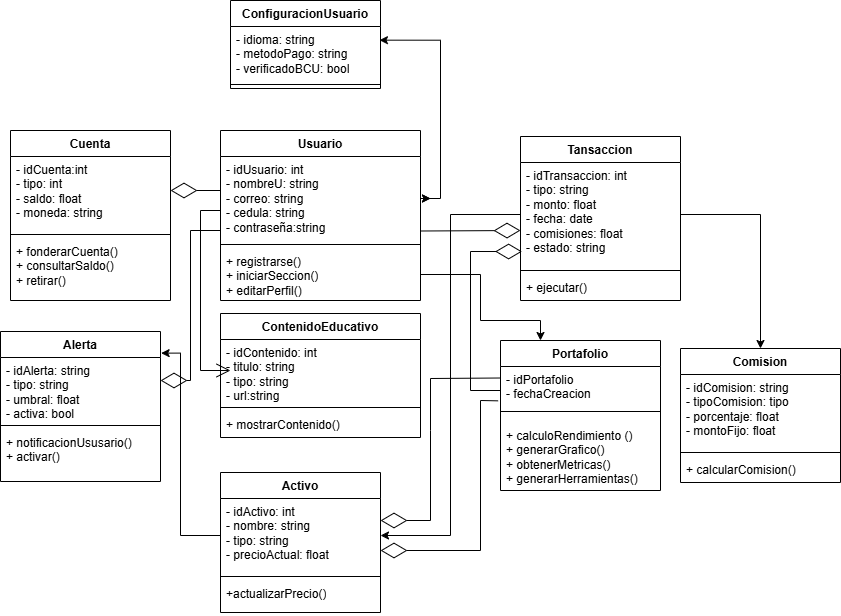
This is docs/image-12.png from RominaCarsin/Proyecto-Fundamentos-Ingenieria-Software, a draw.io export, as it was before one commit. Source tidied: cells renumbered, new cells last; positions are measured from the earlier drawing's top-left corner, leaving out a move shared by most shapes.
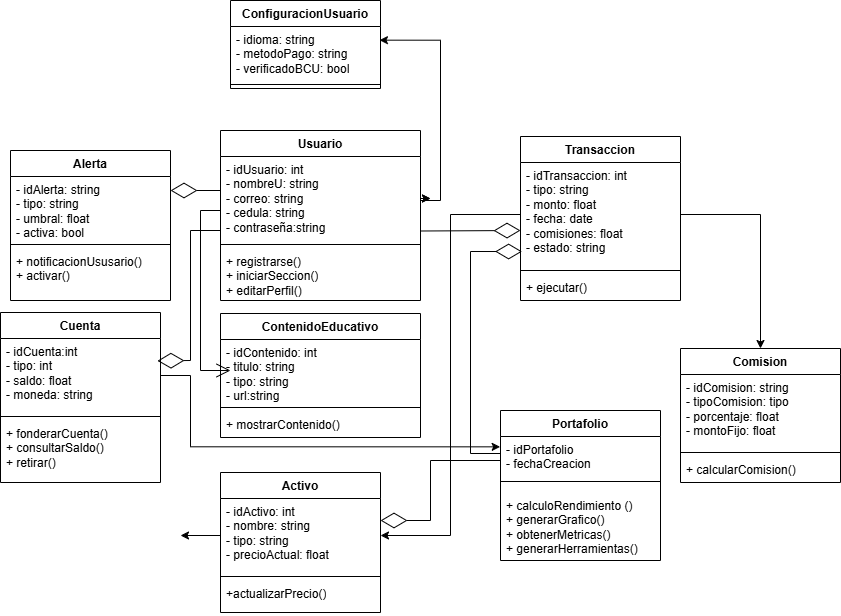
The same diagram one commit later.

Commit message:
docs(accesibilidad): agregar descripciones alt en imágenes del prototipo y documentación según pautas WCAG

The edit, as a diff of the source:
```diff
@@ -34,7 +34,7 @@
       <mxGeometry y="80" width="150" height="8" as="geometry" />
     </mxCell>
     <mxCell id="11" value="Cuenta" style="swimlane;fontStyle=1;align=center;verticalAlign=top;horizontal=1;startSize=26;whiteSpace=wrap;html=1;" parent="1" vertex="1">
-      <mxGeometry x="10" y="130" width="160" height="170" as="geometry" />
+      <mxGeometry y="312" width="160" height="170" as="geometry" />
     </mxCell>
     <mxCell id="12" value="- idCuenta:int&lt;div&gt;- tipo: int&lt;/div&gt;&lt;div&gt;- saldo: float&lt;/div&gt;&lt;div&gt;- moneda: string&lt;/div&gt;" style="text;strokeColor=none;fillColor=none;align=left;verticalAlign=top;spacingLeft=4;spacingRight=4;overflow=hidden;points=[[0,0.5],[1,0.5]];portConstraint=eastwest;whiteSpace=wrap;html=1;" parent="11" vertex="1">
       <mxGeometry y="26" width="160" height="74" as="geometry" />
@@ -45,7 +45,7 @@
     <mxCell id="14" value="+ fonderarCuenta()&lt;div&gt;+ consultarSaldo()&lt;/div&gt;&lt;div&gt;+ retirar()&lt;/div&gt;" style="text;strokeColor=none;fillColor=none;align=left;verticalAlign=top;spacingLeft=4;spacingRight=4;overflow=hidden;whiteSpace=wrap;html=1;" parent="11" vertex="1">
       <mxGeometry y="108" width="160" height="62" as="geometry" />
     </mxCell>
-    <mxCell id="15" value="Tansaccion" style="swimlane;fontStyle=1;align=center;verticalAlign=top;horizontal=1;startSize=26;whiteSpace=wrap;html=1;" parent="1" vertex="1">
+    <mxCell id="15" value="Transaccion" style="swimlane;fontStyle=1;align=center;verticalAlign=top;horizontal=1;startSize=26;whiteSpace=wrap;html=1;" parent="1" vertex="1">
       <mxGeometry x="520" y="136" width="160" height="164" as="geometry" />
     </mxCell>
     <mxCell id="16" value="- idTransaccion: int&lt;div&gt;- tipo: string&lt;/div&gt;&lt;div&gt;- monto: float&lt;/div&gt;&lt;div&gt;- fecha: date&lt;/div&gt;&lt;div&gt;- comisiones: float&lt;/div&gt;&lt;div&gt;- estado: string&lt;/div&gt;" style="text;strokeColor=none;fillColor=none;align=left;verticalAlign=top;spacingLeft=4;spacingRight=4;overflow=hidden;points=[[0,0.5],[1,0.5]];portConstraint=eastwest;whiteSpace=wrap;html=1;" parent="15" vertex="1">
@@ -60,6 +60,11 @@
     <mxCell id="19" value="Activo" style="swimlane;fontStyle=1;align=center;verticalAlign=top;horizontal=1;startSize=26;whiteSpace=wrap;html=1;" parent="1" vertex="1">
       <mxGeometry x="220" y="472" width="160" height="140" as="geometry" />
     </mxCell>
+    <mxCell id="51" style="edgeStyle=orthogonalEdgeStyle;rounded=0;jettySize=auto;html=1;exitX=0;exitY=0.5;exitDx=0;exitDy=0;" parent="19" edge="1" source="20">
+      <mxGeometry relative="1" as="geometry">
+        <mxPoint x="-40" y="63" as="targetPoint" />
+      </mxGeometry>
+    </mxCell>
     <mxCell id="20" value="- idActivo: int&lt;div&gt;- nombre: string&lt;/div&gt;&lt;div&gt;- tipo: string&lt;/div&gt;&lt;div&gt;- precioActual: float&lt;/div&gt;" style="text;strokeColor=none;fillColor=none;align=left;verticalAlign=top;spacingLeft=4;spacingRight=4;overflow=hidden;points=[[0,0.5],[1,0.5]];portConstraint=eastwest;whiteSpace=wrap;html=1;" parent="19" vertex="1">
       <mxGeometry y="26" width="160" height="74" as="geometry" />
     </mxCell>
@@ -69,8 +74,17 @@
     <mxCell id="22" value="+actualizarPrecio()" style="text;strokeColor=none;fillColor=none;align=left;verticalAlign=top;spacingLeft=4;spacingRight=4;overflow=hidden;whiteSpace=wrap;html=1;" parent="19" vertex="1">
       <mxGeometry y="108" width="160" height="32" as="geometry" />
     </mxCell>
+    <mxCell id="52" style="edgeStyle=orthogonalEdgeStyle;rounded=0;jettySize=auto;html=1;exitX=0;exitY=0.25;exitDx=0;exitDy=0;" parent="1" edge="1" source="23">
+      <mxGeometry relative="1" as="geometry">
+        <mxPoint x="500" y="448" as="targetPoint" />
+        <Array as="points">
+          <mxPoint x="500" y="448" />
+          <mxPoint x="500" y="448" />
+        </Array>
+      </mxGeometry>
+    </mxCell>
     <mxCell id="23" value="Portafolio" style="swimlane;fontStyle=1;align=center;verticalAlign=top;horizontal=1;startSize=26;whiteSpace=wrap;html=1;" parent="1" vertex="1">
-      <mxGeometry x="500" y="340" width="160" height="150" as="geometry" />
+      <mxGeometry x="500" y="410" width="160" height="150" as="geometry" />
     </mxCell>
     <mxCell id="24" value="- idPortafolio&lt;div&gt;- fechaCreacion&lt;/div&gt;" style="text;strokeColor=none;fillColor=none;align=left;verticalAlign=top;spacingLeft=4;spacingRight=4;overflow=hidden;points=[[0,0.5],[1,0.5]];portConstraint=eastwest;whiteSpace=wrap;html=1;" parent="23" vertex="1">
       <mxGeometry y="26" width="160" height="34" as="geometry" />
@@ -82,7 +96,7 @@
       <mxGeometry y="82" width="160" height="68" as="geometry" />
     </mxCell>
     <mxCell id="27" value="Alerta" style="swimlane;fontStyle=1;align=center;verticalAlign=top;horizontal=1;startSize=26;whiteSpace=wrap;html=1;" parent="1" vertex="1">
-      <mxGeometry y="331" width="160" height="150" as="geometry" />
+      <mxGeometry x="10" y="150" width="160" height="150" as="geometry" />
     </mxCell>
     <mxCell id="28" value="- idAlerta: string&lt;div&gt;- tipo: string&lt;/div&gt;&lt;div&gt;- umbral: float&lt;/div&gt;&lt;div&gt;- activa: bool&lt;/div&gt;" style="text;strokeColor=none;fillColor=none;align=left;verticalAlign=top;spacingLeft=4;spacingRight=4;overflow=hidden;points=[[0,0.5],[1,0.5]];portConstraint=eastwest;whiteSpace=wrap;html=1;" parent="27" vertex="1">
       <mxGeometry y="26" width="160" height="64" as="geometry" />
@@ -105,14 +119,6 @@
     <mxCell id="34" value="+ calcularComision()" style="text;strokeColor=none;fillColor=none;align=left;verticalAlign=top;spacingLeft=4;spacingRight=4;overflow=hidden;whiteSpace=wrap;html=1;" parent="31" vertex="1">
       <mxGeometry y="108" width="160" height="26" as="geometry" />
     </mxCell>
-    <mxCell id="35" style="edgeStyle=orthogonalEdgeStyle;rounded=0;jettySize=auto;html=1;exitX=0;exitY=0.5;exitDx=0;exitDy=0;entryX=1.004;entryY=-0.068;entryDx=0;entryDy=0;entryPerimeter=0;" parent="1" edge="1" source="20" target="28">
-      <mxGeometry relative="1" as="geometry">
-        <Array as="points">
-          <mxPoint x="180" y="535" />
-          <mxPoint x="180" y="353" />
-        </Array>
-      </mxGeometry>
-    </mxCell>
     <mxCell id="36" value="ContenidoEducativo" style="swimlane;fontStyle=1;align=center;verticalAlign=top;horizontal=1;startSize=26;whiteSpace=wrap;html=1;" parent="1" vertex="1">
       <mxGeometry x="220" y="313" width="200" height="124" as="geometry" />
     </mxCell>
@@ -131,31 +137,21 @@
         <mxPoint x="170" y="190" as="targetPoint" />
       </mxGeometry>
     </mxCell>
-    <mxCell id="41" style="endArrow=diamondThin;endFill=0;endSize=24;html=1;rounded=0;" parent="1" edge="1">
+    <mxCell id="41" style="endArrow=diamondThin;endFill=0;endSize=24;html=1;rounded=0;entryX=0.981;entryY=0.302;entryDx=0;entryDy=0;entryPerimeter=0;" parent="1" edge="1" target="12">
       <mxGeometry relative="1" as="geometry">
         <mxPoint x="220" y="230" as="sourcePoint" />
-        <mxPoint x="160" y="380" as="targetPoint" />
         <Array as="points">
           <mxPoint x="190" y="230" />
-          <mxPoint x="190" y="380" />
+          <mxPoint x="190" y="360" />
         </Array>
       </mxGeometry>
     </mxCell>
-    <mxCell id="42" style="edgeStyle=orthogonalEdgeStyle;rounded=0;jettySize=auto;html=1;exitX=1;exitY=0.5;exitDx=0;exitDy=0;entryX=0.25;entryY=0;entryDx=0;entryDy=0;" parent="1" edge="1" source="7" target="23">
-      <mxGeometry relative="1" as="geometry">
-        <Array as="points">
-          <mxPoint x="480" y="274" />
-          <mxPoint x="480" y="320" />
-          <mxPoint x="540" y="320" />
-        </Array>
-      </mxGeometry>
-    </mxCell>
-    <mxCell id="43" style="endArrow=diamondThin;endFill=0;endSize=24;html=1;rounded=0;exitX=0;exitY=0.25;exitDx=0;exitDy=0;" parent="1" edge="1" source="23">
+    <mxCell id="43" style="endArrow=diamondThin;endFill=0;endSize=24;html=1;rounded=0;" parent="1" edge="1">
       <mxGeometry relative="1" as="geometry">
+        <mxPoint x="500" y="460" as="sourcePoint" />
         <mxPoint x="380" y="520" as="targetPoint" />
         <Array as="points">
-          <mxPoint x="430" y="378" />
-          <mxPoint x="430" y="430" />
+          <mxPoint x="430" y="460" />
           <mxPoint x="430" y="520" />
         </Array>
       </mxGeometry>
@@ -171,16 +167,21 @@
       </mxGeometry>
     </mxCell>
     <mxCell id="45" style="edgeStyle=orthogonalEdgeStyle;rounded=0;jettySize=auto;html=1;exitX=1;exitY=0.5;exitDx=0;exitDy=0;entryX=0.993;entryY=0.253;entryDx=0;entryDy=0;entryPerimeter=0;" parent="1" edge="1" source="5" target="9">
-      <mxGeometry relative="1" as="geometry" />
+      <mxGeometry relative="1" as="geometry">
+        <Array as="points">
+          <mxPoint x="420" y="200" />
+          <mxPoint x="440" y="200" />
+          <mxPoint x="440" y="40" />
+        </Array>
+      </mxGeometry>
     </mxCell>
     <mxCell id="46" style="edgeStyle=orthogonalEdgeStyle;rounded=0;jettySize=auto;html=1;exitX=1;exitY=0.5;exitDx=0;exitDy=0;entryX=0.5;entryY=0;entryDx=0;entryDy=0;" parent="1" edge="1" source="16" target="31">
       <mxGeometry relative="1" as="geometry" />
     </mxCell>
-    <mxCell id="47" style="endArrow=diamondThin;endFill=0;endSize=24;html=1;rounded=0;entryX=0.01;entryY=0.856;entryDx=0;entryDy=0;entryPerimeter=0;" parent="1" edge="1" target="16">
+    <mxCell id="47" style="endArrow=diamondThin;endFill=0;endSize=24;html=1;rounded=0;entryX=0.01;entryY=0.856;entryDx=0;entryDy=0;entryPerimeter=0;exitX=0;exitY=0.5;exitDx=0;exitDy=0;" parent="1" edge="1" source="24" target="16">
       <mxGeometry relative="1" as="geometry">
-        <mxPoint x="500" y="390" as="sourcePoint" />
         <Array as="points">
-          <mxPoint x="470" y="390" />
+          <mxPoint x="470" y="453" />
           <mxPoint x="470" y="251" />
         </Array>
       </mxGeometry>
@@ -194,14 +195,13 @@
     <mxCell id="49" style="edgeStyle=orthogonalEdgeStyle;rounded=0;jettySize=auto;html=1;exitX=0;exitY=0.5;exitDx=0;exitDy=0;entryX=1;entryY=0.5;entryDx=0;entryDy=0;" parent="1" edge="1" source="16" target="20">
       <mxGeometry relative="1" as="geometry" />
     </mxCell>
-    <mxCell id="50" style="endArrow=diamondThin;endFill=0;endSize=24;html=1;rounded=0;exitX=-0.015;exitY=1.01;exitDx=0;exitDy=0;exitPerimeter=0;" parent="1" edge="1" source="24">
-      <mxGeometry relative="1" as="geometry">
-        <mxPoint x="380" y="550" as="targetPoint" />
-        <Array as="points">
-          <mxPoint x="480" y="400" />
-          <mxPoint x="480" y="550" />
-        </Array>
-      </mxGeometry>
-    </mxCell>
+    <mxCell id="53" style="edgeStyle=orthogonalEdgeStyle;rounded=0;jettySize=auto;html=1;exitX=1;exitY=0.5;exitDx=0;exitDy=0;entryX=-0.002;entryY=0.304;entryDx=0;entryDy=0;entryPerimeter=0;" parent="1" edge="1" source="12" target="24">
+      <mxGeometry relative="1" as="geometry">
+        <Array as="points">
+          <mxPoint x="190" y="375" />
+          <mxPoint x="190" y="446" />
+        </Array>
+      </mxGeometry>
+    </mxCell>
   </root>
 </mxGraphModel>
```
